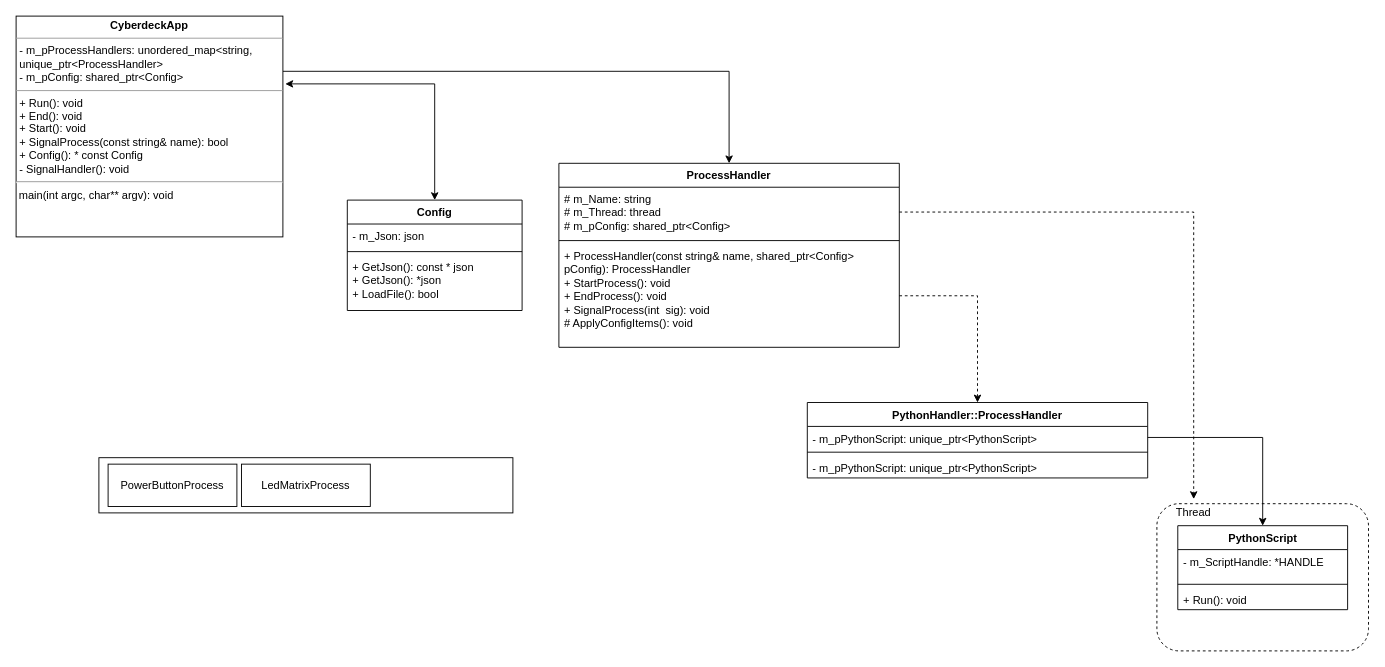
This is page "UML_Draft_2" (3 of 3) of Cyberdeck.drawio from WouterServaes/CyberdeckProject, a draw.io file, before an edit. Source tidied: cells renumbered, new cells numbered last; positions are measured from the earlier drawing's top-left corner, leaving out a move shared by most shapes. Both pictures are drawn from the tidied source at 92%, with x=0, y=0 at pixel (16, 16).
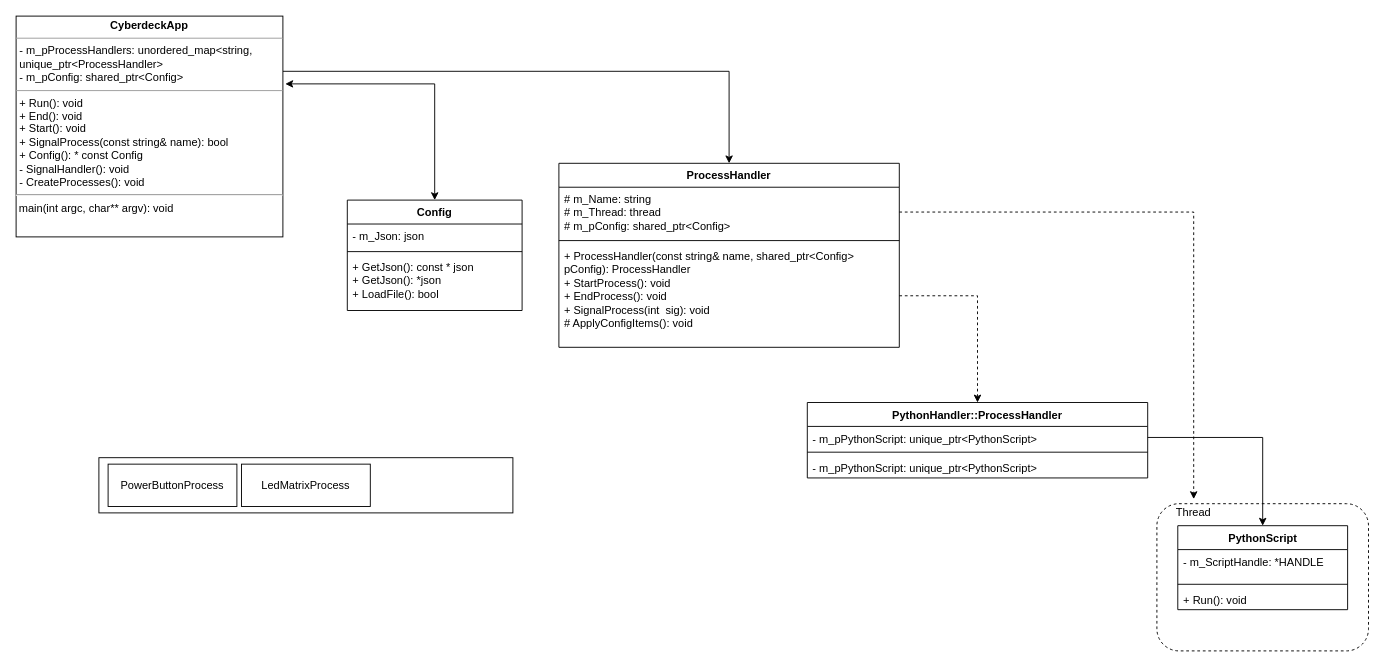
The same page after the edit.

Change to the diagram source:
```diff
@@
-    <mxCell id="3" value="&lt;p style=&quot;margin:0px;margin-top:4px;text-align:center;&quot;&gt;&lt;b&gt;CyberdeckApp&lt;/b&gt;&lt;/p&gt;&lt;hr size=&quot;1&quot;&gt;&lt;p style=&quot;margin:0px;margin-left:4px;&quot;&gt;- m_pProcessHandlers: unordered_map&amp;lt;string, unique_ptr&amp;lt;ProcessHandler&amp;gt;&lt;br&gt;&lt;/p&gt;&lt;p style=&quot;margin:0px;margin-left:4px;&quot;&gt;- m_pConfig: shared_ptr&amp;lt;Config&amp;gt;&lt;br&gt;&lt;/p&gt;&lt;hr size=&quot;1&quot;&gt;&lt;p style=&quot;margin:0px;margin-left:4px;&quot;&gt;+ Run(): void&lt;/p&gt;&lt;p style=&quot;margin:0px;margin-left:4px;&quot;&gt;+ End(): void&lt;/p&gt;&lt;p style=&quot;margin:0px;margin-left:4px;&quot;&gt;+ Start(): void&lt;br&gt;&lt;/p&gt;&lt;p style=&quot;margin:0px;margin-left:4px;&quot;&gt;+ SignalProcess(const string&amp;amp; name): bool&lt;/p&gt;&lt;p style=&quot;margin:0px;margin-left:4px;&quot;&gt;+ Config(): * const Config&lt;br&gt;&lt;/p&gt;&lt;p style=&quot;margin:0px;margin-left:4px;&quot;&gt;- SignalHandler(): void&lt;/p&gt;&lt;hr&gt;&amp;nbsp;main(int argc, char** argv): void&lt;br&gt;&lt;p style=&quot;margin:0px;margin-left:4px;&quot;&gt;&lt;br&gt;&lt;/p&gt;" style="verticalAlign=top;align=left;overflow=fill;fontSize=12;fontFamily=Helvetica;html=1;whiteSpace=wrap;" parent="1" vertex="1">
+    <mxCell id="3" value="&lt;p style=&quot;margin:0px;margin-top:4px;text-align:center;&quot;&gt;&lt;b&gt;CyberdeckApp&lt;/b&gt;&lt;/p&gt;&lt;hr size=&quot;1&quot;&gt;&lt;p style=&quot;margin:0px;margin-left:4px;&quot;&gt;- m_pProcessHandlers: unordered_map&amp;lt;string, unique_ptr&amp;lt;ProcessHandler&amp;gt;&lt;br&gt;&lt;/p&gt;&lt;p style=&quot;margin:0px;margin-left:4px;&quot;&gt;- m_pConfig: shared_ptr&amp;lt;Config&amp;gt;&lt;br&gt;&lt;/p&gt;&lt;hr size=&quot;1&quot;&gt;&lt;p style=&quot;margin:0px;margin-left:4px;&quot;&gt;+ Run(): void&lt;/p&gt;&lt;p style=&quot;margin:0px;margin-left:4px;&quot;&gt;+ End(): void&lt;/p&gt;&lt;p style=&quot;margin:0px;margin-left:4px;&quot;&gt;+ Start(): void&lt;br&gt;&lt;/p&gt;&lt;p style=&quot;margin:0px;margin-left:4px;&quot;&gt;+ SignalProcess(const string&amp;amp; name): bool&lt;/p&gt;&lt;p style=&quot;margin:0px;margin-left:4px;&quot;&gt;+ Config(): * const Config&lt;br&gt;&lt;/p&gt;&lt;p style=&quot;margin:0px;margin-left:4px;&quot;&gt;- SignalHandler(): void&lt;/p&gt;&lt;p style=&quot;margin:0px;margin-left:4px;&quot;&gt;- CreateProcesses(): void&lt;br&gt;&lt;/p&gt;&lt;hr&gt;&amp;nbsp;main(int argc, char** argv): void&lt;br&gt;&lt;p style=&quot;margin:0px;margin-left:4px;&quot;&gt;&lt;br&gt;&lt;/p&gt;" style="verticalAlign=top;align=left;overflow=fill;fontSize=12;fontFamily=Helvetica;html=1;whiteSpace=wrap;" parent="1" vertex="1">
       <mxGeometry width="290" height="240" as="geometry" />
     </mxCell>
```
